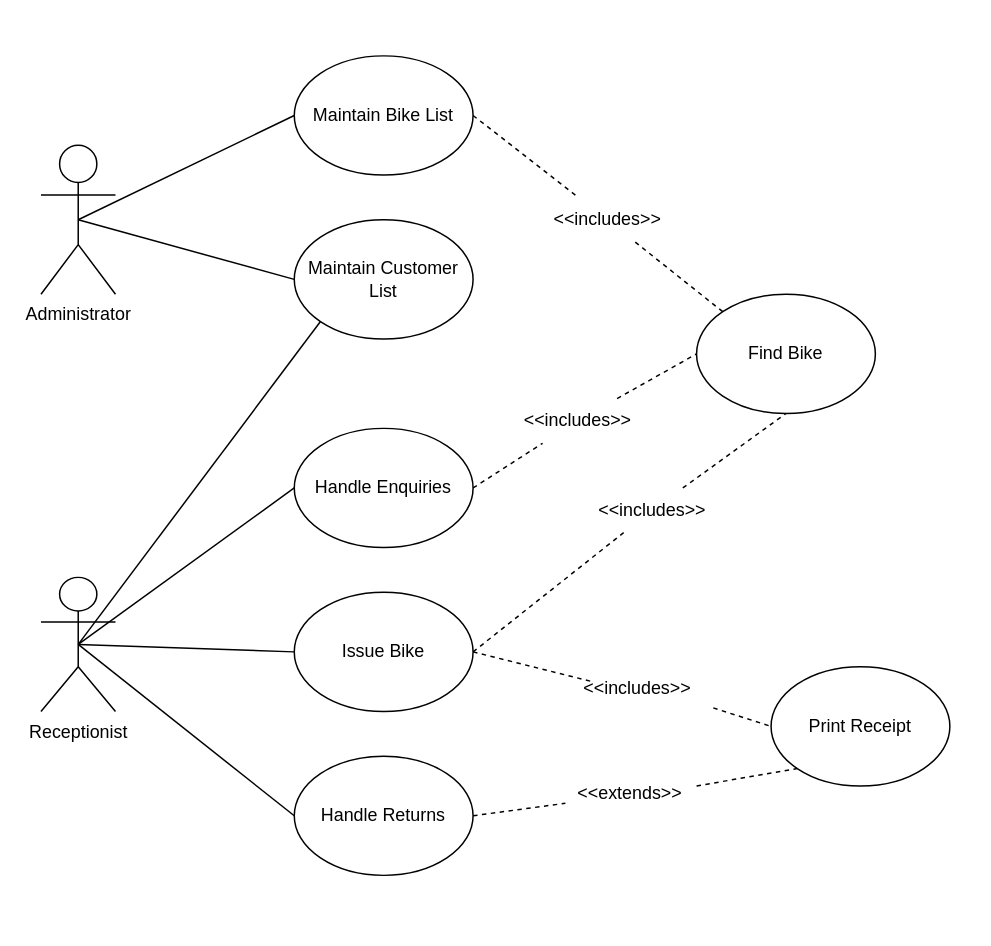
Arthur2810/Arthur-Jardim keeps this draw.io diagram as UseCaseWheels.drawio. Above is the earlier version. Source tidied: cells renumbered, new cells numbered last; positions are measured from the earlier drawing's top-left corner, leaving out a move shared by most shapes. Both pictures are drawn from the tidied source at 149%, with x=0, y=0 at pixel (40, 55).
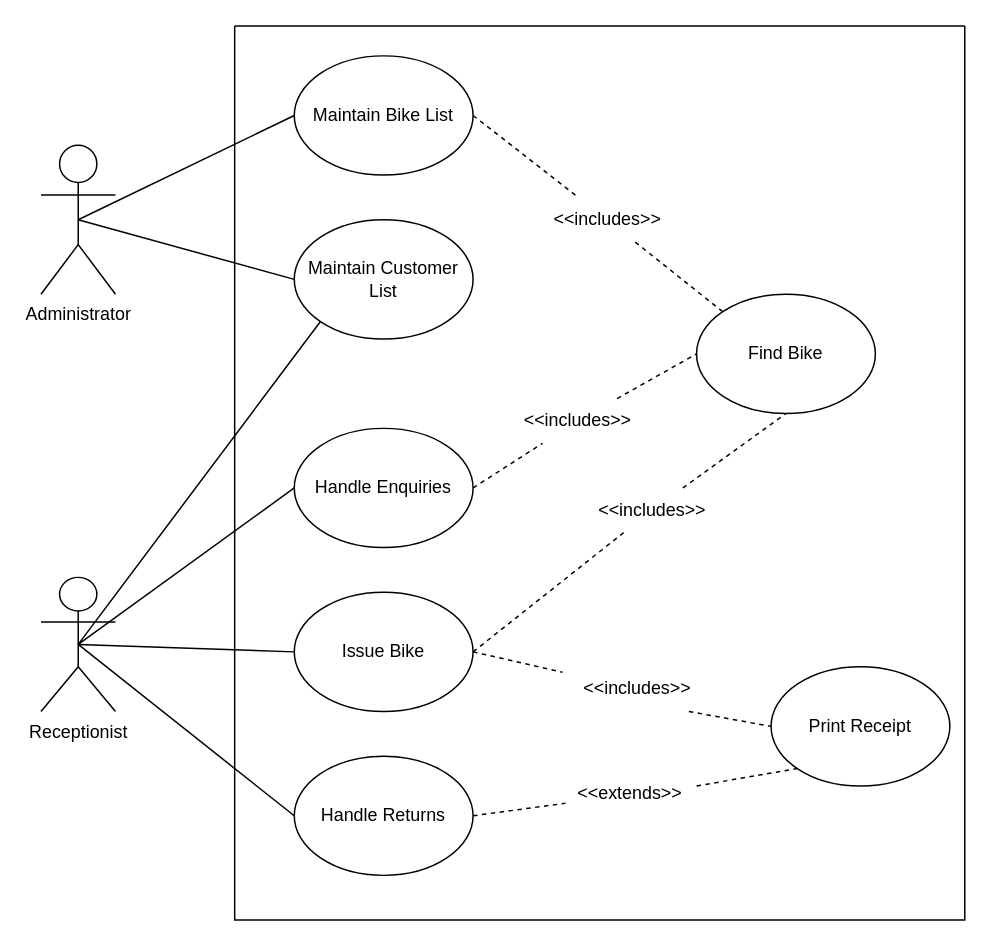
After the change.

The change refers to these unchanged cells:
```xml
<mxCell id="16" value="Print Receipt" style="ellipse;whiteSpace=wrap;html=1;" parent="1" vertex="1">
  <mxGeometry x="490" y="410" width="120" height="80" as="geometry" />
</mxCell>
```

What changed in the source:
```diff
@@
-    <mxCell id="24" style="endArrow=none;dashed=1;html=1;rounded=0;entryX=0;entryY=0.5;entryDx=0;entryDy=0;startArrow=none;exitX=1.012;exitY=0.92;exitDx=0;exitDy=0;exitPerimeter=0;" parent="1" edge="1" source="27" target="16">
+    <mxCell id="24" style="endArrow=none;dashed=1;html=1;rounded=0;entryX=0;entryY=0.5;entryDx=0;entryDy=0;startArrow=none;exitX=0.848;exitY=1;exitDx=0;exitDy=0;exitPerimeter=0;" parent="1" edge="1" source="27" target="16">
       <mxGeometry relative="1" as="geometry" />
     </mxCell>
@@
-    <mxCell id="27" value="&amp;lt;&amp;lt;includes&amp;gt;&amp;gt;" style="text;html=1;align=center;verticalAlign=middle;points=[];strokeColor=none;fillColor=none;" parent="1" vertex="1">
-      <mxGeometry x="350" y="410" width="100" height="30" as="geometry" />
-    </mxCell>
-    <mxCell id="28" style="endArrow=none;dashed=1;html=1;rounded=0;exitX=1;exitY=0.5;exitDx=0;exitDy=0;" parent="1" edge="1">
+    <mxCell id="28" style="endArrow=none;dashed=1;html=1;rounded=0;exitX=1;exitY=0.5;exitDx=0;exitDy=0;" parent="1" edge="1" target="27">
       <mxGeometry relative="1" as="geometry">
         <mxPoint x="290" y="400" as="sourcePoint" />
-        <mxPoint x="370" y="420" as="targetPoint" />
       </mxGeometry>
     </mxCell>
@@
+    <mxCell id="32" style="swimlane;startSize=0;" parent="1" vertex="1">
+      <mxGeometry x="130" y="-20" width="490" height="600" as="geometry" />
+    </mxCell>
+    <mxCell id="27" value="&amp;lt;&amp;lt;includes&amp;gt;&amp;gt;" style="text;html=1;align=center;verticalAlign=middle;points=[];strokeColor=none;fillColor=none;" parent="32" vertex="1">
+      <mxGeometry x="220" y="430" width="100" height="30" as="geometry" />
+    </mxCell>
```
